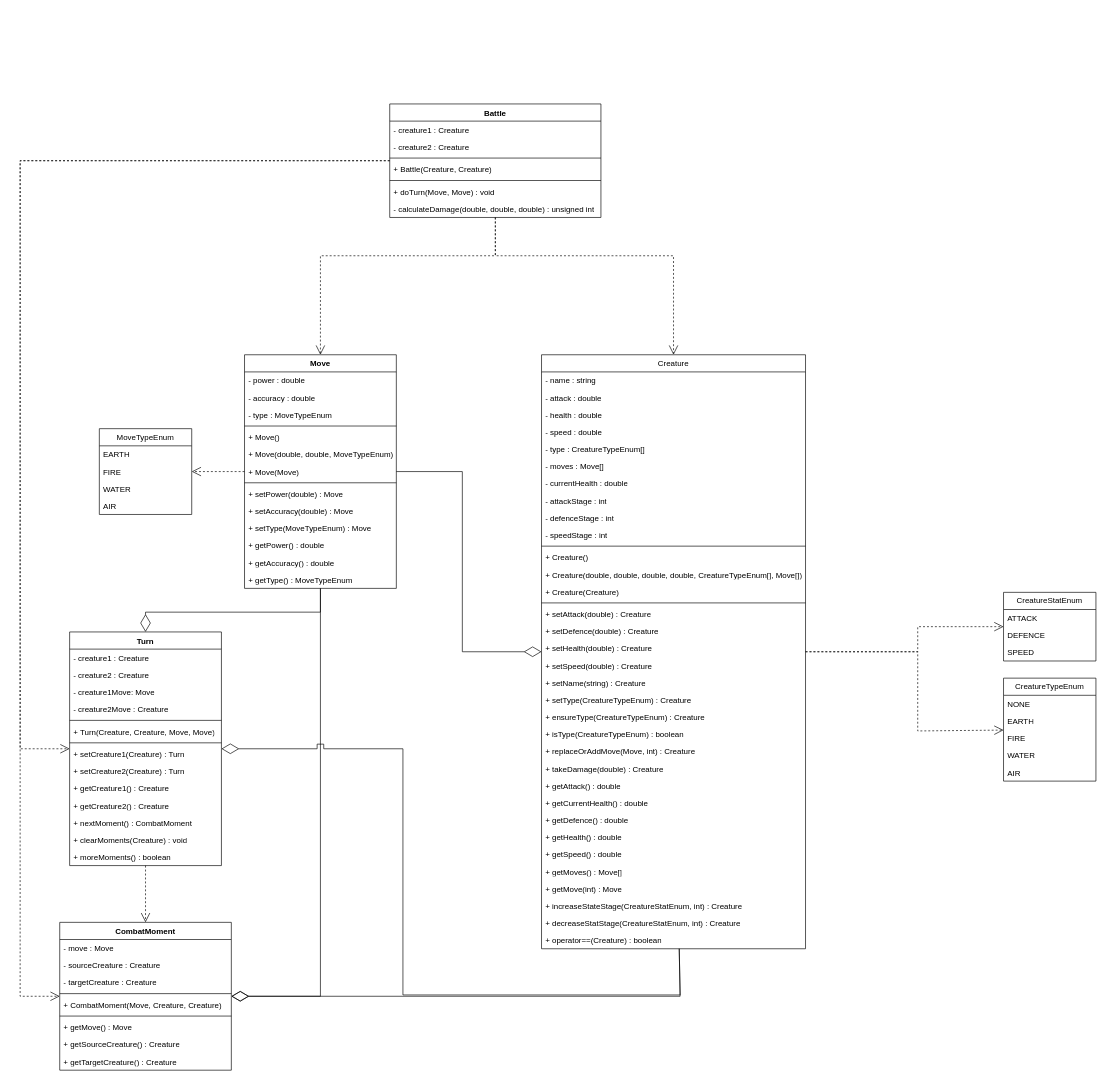
Before: documentation/UML class diagram.drawio in DuncanSmallwood/CreatureBattler, a draw.io diagram. Source tidied: cells renumbered, new cells numbered last; positions are measured from the earlier drawing's top-left corner, leaving out a move shared by most shapes. Both pictures are drawn from the tidied source at 66%, with x=0, y=0 at pixel (20, 104).
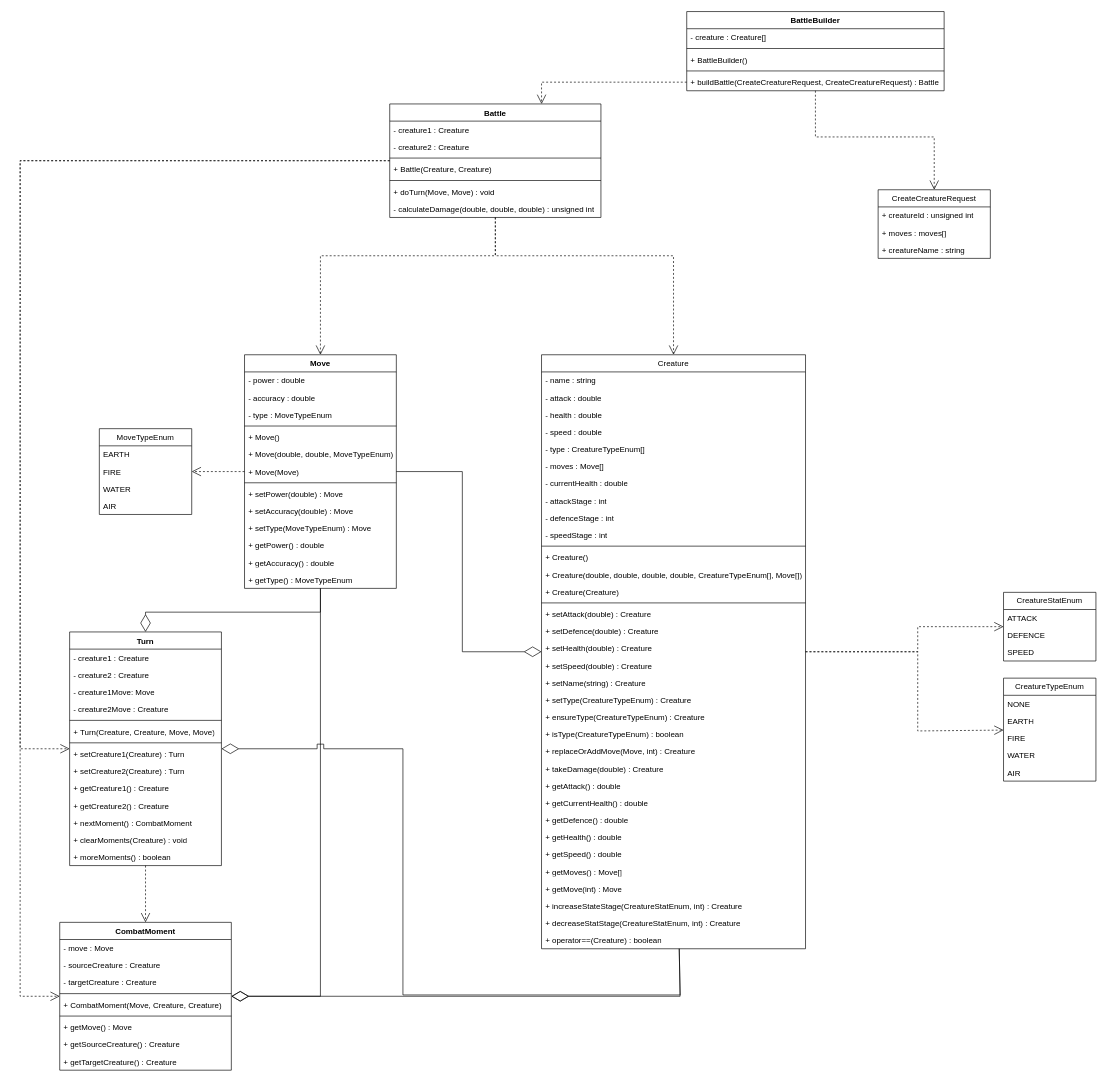
The same page after the edit.

Unchanged cells that the change refers to:
```xml
<mxCell id="72" value="Battle" style="swimlane;fontStyle=1;align=center;verticalAlign=top;horizontal=1;startSize=26;whiteSpace=wrap;html=1;" parent="1" vertex="1">
  <mxGeometry x="560" width="320" height="172" as="geometry" />
</mxCell>
```

Change to the diagram source:
```diff
@@
+    <mxCell id="114" value="BattleBuilder" style="swimlane;fontStyle=1;align=center;verticalAlign=top;horizontal=1;startSize=26;whiteSpace=wrap;html=1;" parent="1" vertex="1">
+      <mxGeometry x="1010" y="-140" width="390" height="120" as="geometry" />
+    </mxCell>
+    <mxCell id="115" value="- creature : Creature[]" style="text;strokeColor=none;fillColor=none;align=left;verticalAlign=top;spacingLeft=4;spacingRight=4;overflow=hidden;whiteSpace=wrap;html=1;" parent="114" vertex="1">
+      <mxGeometry y="26" width="390" height="26" as="geometry" />
+    </mxCell>
+    <mxCell id="116" style="line;strokeWidth=1;fillColor=none;align=left;verticalAlign=middle;spacingTop=-1;spacingLeft=3;spacingRight=3;labelPosition=right;strokeColor=inherit;" parent="114" vertex="1">
+      <mxGeometry y="52" width="390" height="8" as="geometry" />
+    </mxCell>
+    <mxCell id="117" value="+ BattleBuilder()" style="text;strokeColor=none;fillColor=none;align=left;verticalAlign=top;spacingLeft=4;spacingRight=4;overflow=hidden;whiteSpace=wrap;html=1;" parent="114" vertex="1">
+      <mxGeometry y="60" width="390" height="26" as="geometry" />
+    </mxCell>
+    <mxCell id="118" style="line;strokeWidth=1;fillColor=none;align=left;verticalAlign=middle;spacingTop=-1;spacingLeft=3;spacingRight=3;labelPosition=right;strokeColor=inherit;" parent="114" vertex="1">
+      <mxGeometry y="86" width="390" height="8" as="geometry" />
+    </mxCell>
+    <mxCell id="119" value="&lt;div&gt;+ buildBattle(CreateCreatureRequest, CreateCreatureRequest) : Battle&lt;/div&gt;" style="text;strokeColor=none;fillColor=none;align=left;verticalAlign=top;spacingLeft=4;spacingRight=4;overflow=hidden;points=[[0,0.5],[1,0.5]];portConstraint=eastwest;whiteSpace=wrap;html=1;" parent="114" vertex="1">
+      <mxGeometry y="94" width="390" height="26" as="geometry" />
+    </mxCell>
+    <mxCell id="120" value="CreateCreatureRequest" style="swimlane;fontStyle=0;horizontal=1;startSize=26;fillColor=none;whiteSpace=wrap;html=1;" parent="1" vertex="1">
+      <mxGeometry x="1300" y="130" width="170" height="104" as="geometry" />
+    </mxCell>
+    <mxCell id="121" value="+ creatureId : unsigned int" style="text;strokeColor=none;fillColor=none;align=left;verticalAlign=top;spacingLeft=4;spacingRight=4;overflow=hidden;whiteSpace=wrap;html=1;" parent="120" vertex="1">
+      <mxGeometry y="26" width="170" height="26" as="geometry" />
+    </mxCell>
+    <mxCell id="122" value="+ moves : moves[]" style="text;strokeColor=none;fillColor=none;align=left;verticalAlign=top;spacingLeft=4;spacingRight=4;overflow=hidden;whiteSpace=wrap;html=1;" parent="120" vertex="1">
+      <mxGeometry y="52" width="170" height="26" as="geometry" />
+    </mxCell>
+    <mxCell id="123" value="+ creatureName : string" style="text;strokeColor=none;fillColor=none;align=left;verticalAlign=top;spacingLeft=4;spacingRight=4;overflow=hidden;whiteSpace=wrap;html=1;" parent="120" vertex="1">
+      <mxGeometry y="78" width="170" height="26" as="geometry" />
+    </mxCell>
+    <mxCell id="124" style="endArrow=open;endSize=12;dashed=1;html=1;rounded=0;entryX=0.5;entryY=0;entryDx=0;entryDy=0;exitX=0.5;exitY=1;exitDx=0;exitDy=0;" parent="1" edge="1" source="114" target="120">
+      <mxGeometry x="0.21" relative="1" as="geometry">
+        <Array as="points">
+          <mxPoint x="1205" y="50" />
+          <mxPoint x="1385" y="50" />
+        </Array>
+      </mxGeometry>
+    </mxCell>
+    <mxCell id="125" style="endArrow=open;endSize=12;dashed=1;html=1;rounded=0;exitX=0;exitY=0.5;exitDx=0;exitDy=0;entryX=0.719;entryY=0;entryDx=0;entryDy=0;entryPerimeter=0;" parent="1" edge="1" source="119" target="72">
+      <mxGeometry x="-0.32" relative="1" as="geometry">
+        <Array as="points">
+          <mxPoint x="790" y="-33" />
+        </Array>
+      </mxGeometry>
+    </mxCell>
```
